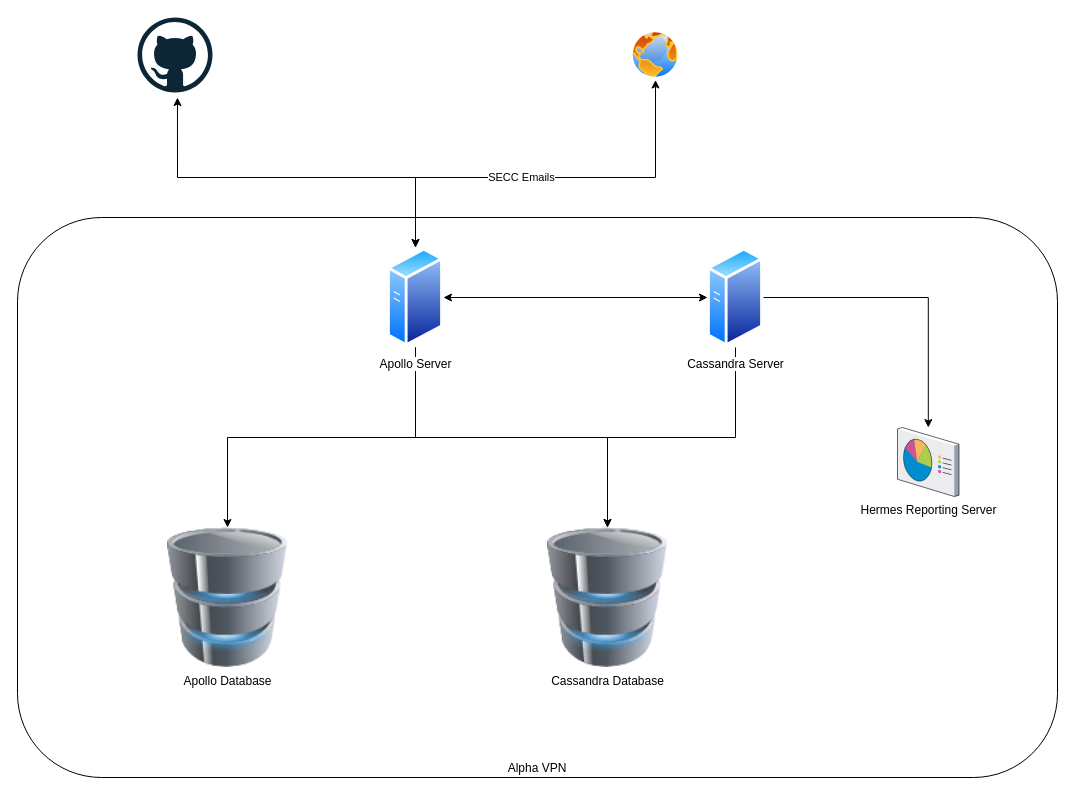
corndeladmin/DevOps-Unit-12-Workshop keeps this draw.io diagram as Scenarios/Alpha_Organisation/diagrams/ApolloCassandra.drawio. Above is the earlier version. Source tidied: cells renumbered, new cells numbered last; positions are measured from the earlier drawing's top-left corner, leaving out a move shared by most shapes. Both pictures are drawn from the tidied source at 100%, with x=0, y=0 at pixel (17, 17).
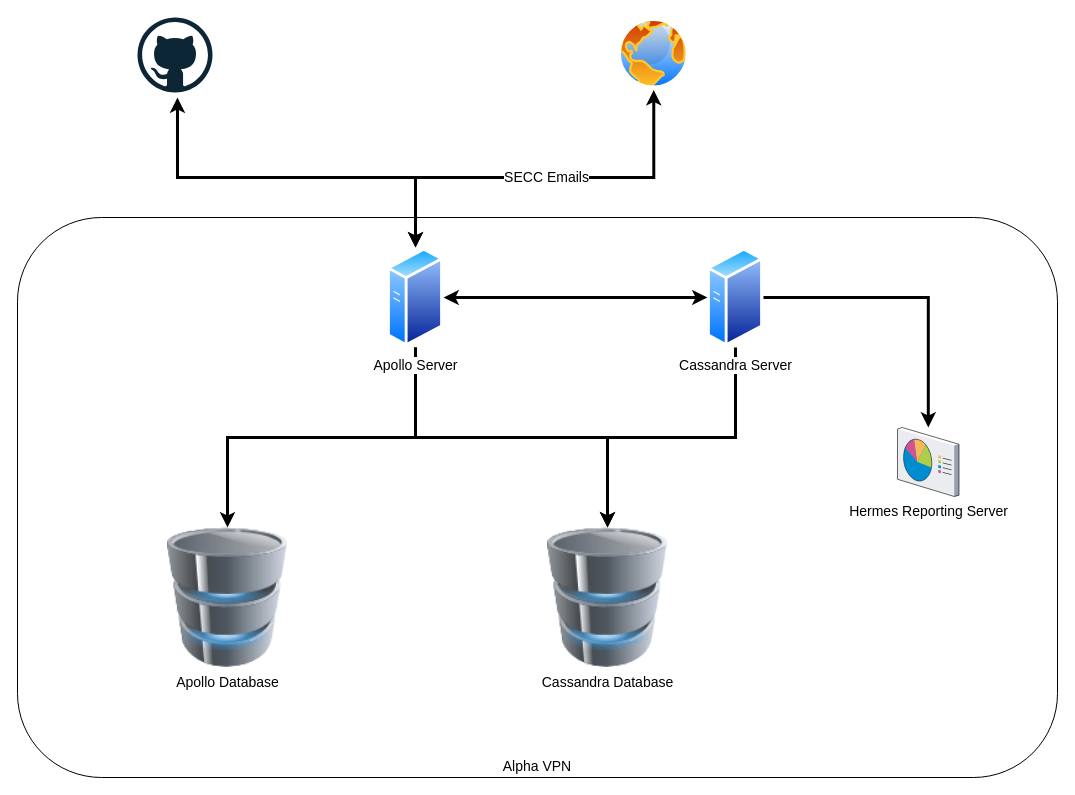
After the change.

The change refers to these unchanged cells:
```xml
<mxCell id="4" style="dashed=0;outlineConnect=0;html=1;align=center;labelPosition=center;verticalLabelPosition=bottom;verticalAlign=top;shape=mxgraph.weblogos.github;" parent="1" vertex="1">
  <mxGeometry x="120" width="75" height="75" as="geometry" />
</mxCell>
```

The edit, as a diff of the source:
```diff
@@
-    <mxCell id="2" value="Alpha VPN" style="rounded=1;whiteSpace=wrap;html=1;verticalAlign=bottom;" parent="1" vertex="1">
+    <mxCell id="2" value="Alpha VPN" style="rounded=1;whiteSpace=wrap;html=1;verticalAlign=bottom;fontSize=14;" parent="1" vertex="1">
       <mxGeometry y="200" width="1040" height="560" as="geometry" />
     </mxCell>
-    <mxCell id="3" value="Hermes Reporting Server" style="verticalLabelPosition=bottom;html=1;verticalAlign=top;strokeColor=none;align=center;outlineConnect=0;shape=mxgraph.citrix.reporting;" parent="1" vertex="1">
+    <mxCell id="3" value="Hermes Reporting Server" style="verticalLabelPosition=bottom;html=1;verticalAlign=top;strokeColor=none;align=center;outlineConnect=0;shape=mxgraph.citrix.reporting;fontSize=14;" parent="1" vertex="1">
       <mxGeometry x="880" y="410" width="61.5" height="69" as="geometry" />
     </mxCell>
@@
-    <mxCell id="5" value="Apollo Database" style="image;html=1;image=img/lib/clip_art/computers/Database_128x128.png;" parent="1" vertex="1">
+    <mxCell id="5" value="Apollo Database" style="image;html=1;image=img/lib/clip_art/computers/Database_128x128.png;fontSize=14;" parent="1" vertex="1">
       <mxGeometry x="150" y="510" width="120" height="140" as="geometry" />
     </mxCell>
-    <mxCell id="6" style="edgeStyle=orthogonalEdgeStyle;rounded=0;jettySize=auto;html=1;exitX=1;exitY=0.5;exitDx=0;exitDy=0;" parent="1" edge="1" source="14" target="3">
+    <mxCell id="6" style="edgeStyle=orthogonalEdgeStyle;rounded=0;jettySize=auto;html=1;exitX=1;exitY=0.5;exitDx=0;exitDy=0;strokeWidth=3;" parent="1" edge="1" source="14" target="3">
       <mxGeometry relative="1" as="geometry" />
     </mxCell>
-    <mxCell id="7" value="Cassandra Database" style="image;html=1;image=img/lib/clip_art/computers/Database_128x128.png;" parent="1" vertex="1">
+    <mxCell id="7" value="Cassandra Database" style="image;html=1;image=img/lib/clip_art/computers/Database_128x128.png;fontSize=14;" parent="1" vertex="1">
       <mxGeometry x="530" y="510" width="120" height="140" as="geometry" />
     </mxCell>
-    <mxCell id="8" style="edgeStyle=orthogonalEdgeStyle;rounded=0;jettySize=auto;html=1;exitX=0.5;exitY=1;exitDx=0;exitDy=0;entryX=0.5;entryY=0;entryDx=0;entryDy=0;" parent="1" edge="1" source="12" target="5">
+    <mxCell id="8" style="edgeStyle=orthogonalEdgeStyle;rounded=0;jettySize=auto;html=1;exitX=0.5;exitY=1;exitDx=0;exitDy=0;entryX=0.5;entryY=0;entryDx=0;entryDy=0;strokeWidth=3;" parent="1" edge="1" source="12" target="5">
       <mxGeometry relative="1" as="geometry" />
     </mxCell>
-    <mxCell id="9" style="edgeStyle=orthogonalEdgeStyle;rounded=0;jettySize=auto;html=1;exitX=0.5;exitY=1;exitDx=0;exitDy=0;" parent="1" edge="1" source="12" target="7">
+    <mxCell id="9" style="edgeStyle=orthogonalEdgeStyle;rounded=0;jettySize=auto;html=1;exitX=0.5;exitY=1;exitDx=0;exitDy=0;strokeWidth=3;" parent="1" edge="1" source="12" target="7">
       <mxGeometry relative="1" as="geometry" />
     </mxCell>
-    <mxCell id="10" style="edgeStyle=orthogonalEdgeStyle;rounded=0;jettySize=auto;html=1;exitX=1;exitY=0.5;exitDx=0;exitDy=0;entryX=0;entryY=0.5;entryDx=0;entryDy=0;startArrow=classic;startFill=1;" parent="1" edge="1" source="12" target="14">
+    <mxCell id="10" style="edgeStyle=orthogonalEdgeStyle;rounded=0;jettySize=auto;html=1;exitX=1;exitY=0.5;exitDx=0;exitDy=0;entryX=0;entryY=0.5;entryDx=0;entryDy=0;startArrow=classic;startFill=1;strokeWidth=3;" parent="1" edge="1" source="12" target="14">
       <mxGeometry relative="1" as="geometry" />
     </mxCell>
-    <mxCell id="11" style="edgeStyle=orthogonalEdgeStyle;rounded=0;jettySize=auto;html=1;exitX=0.5;exitY=0;exitDx=0;exitDy=0;startArrow=classic;startFill=1;entryX=0.533;entryY=1.067;entryDx=0;entryDy=0;entryPerimeter=0;" parent="1" edge="1" source="12" target="4">
+    <mxCell id="11" style="edgeStyle=orthogonalEdgeStyle;rounded=0;jettySize=auto;html=1;exitX=0.5;exitY=0;exitDx=0;exitDy=0;startArrow=classic;startFill=1;entryX=0.533;entryY=1.067;entryDx=0;entryDy=0;entryPerimeter=0;strokeWidth=3;" parent="1" edge="1" source="12" target="4">
       <mxGeometry relative="1" as="geometry">
         <Array as="points">
           <mxPoint x="398" y="160" />
           <mxPoint x="160" y="160" />
           <mxPoint x="160" y="80" />
         </Array>
       </mxGeometry>
     </mxCell>
-    <mxCell id="12" value="Apollo Server" style="perimeter=ellipsePerimeter;html=1;align=center;shadow=0;dashed=0;spacingTop=3;image;image=img/lib/active_directory/generic_server.svg;" parent="1" vertex="1">
+    <mxCell id="12" value="Apollo Server" style="perimeter=ellipsePerimeter;html=1;align=center;shadow=0;dashed=0;spacingTop=3;image;image=img/lib/active_directory/generic_server.svg;fontSize=14;" parent="1" vertex="1">
       <mxGeometry x="370" y="230" width="56" height="100" as="geometry" />
     </mxCell>
-    <mxCell id="13" style="edgeStyle=orthogonalEdgeStyle;rounded=0;jettySize=auto;html=1;exitX=0.5;exitY=1;exitDx=0;exitDy=0;entryX=0.5;entryY=0;entryDx=0;entryDy=0;startArrow=none;startFill=0;" parent="1" edge="1" source="14" target="7">
+    <mxCell id="13" style="edgeStyle=orthogonalEdgeStyle;rounded=0;jettySize=auto;html=1;exitX=0.5;exitY=1;exitDx=0;exitDy=0;entryX=0.5;entryY=0;entryDx=0;entryDy=0;startArrow=none;startFill=0;strokeWidth=3;" parent="1" edge="1" source="14" target="7">
       <mxGeometry relative="1" as="geometry" />
     </mxCell>
-    <mxCell id="14" value="Cassandra Server" style="perimeter=ellipsePerimeter;html=1;align=center;shadow=0;dashed=0;spacingTop=3;image;image=img/lib/active_directory/generic_server.svg;" parent="1" vertex="1">
+    <mxCell id="14" value="Cassandra Server" style="perimeter=ellipsePerimeter;html=1;align=center;shadow=0;dashed=0;spacingTop=3;image;image=img/lib/active_directory/generic_server.svg;fontSize=14;" parent="1" vertex="1">
       <mxGeometry x="690" y="230" width="56" height="100" as="geometry" />
     </mxCell>
-    <mxCell id="15" style="edgeStyle=orthogonalEdgeStyle;rounded=0;jettySize=auto;html=1;exitX=0.5;exitY=1;exitDx=0;exitDy=0;entryX=0.5;entryY=0;entryDx=0;entryDy=0;startArrow=classic;startFill=1;" parent="1" edge="1" source="17" target="12">
+    <mxCell id="15" style="edgeStyle=orthogonalEdgeStyle;rounded=0;jettySize=auto;html=1;strokeWidth=3;startArrow=classic;startFill=1;" parent="1" edge="1" source="17" target="12">
       <mxGeometry relative="1" as="geometry">
         <Array as="points">
-          <mxPoint x="638" y="160" />
+          <mxPoint x="636" y="160" />
           <mxPoint x="398" y="160" />
         </Array>
       </mxGeometry>
     </mxCell>
-    <mxCell id="16" value="SECC Emails" style="edgeLabel;html=1;align=center;verticalAlign=middle;" parent="15" vertex="1">
-      <mxGeometry x="0.14" y="-1" relative="1" as="geometry" />
+    <mxCell id="16" value="SECC Emails" style="edgeLabel;html=1;align=center;verticalAlign=middle;fontSize=14;" parent="15" vertex="1">
+      <mxGeometry x="-0.32" y="-1" relative="1" as="geometry">
+        <mxPoint x="-60" as="offset" />
+      </mxGeometry>
     </mxCell>
     <mxCell id="17" style="perimeter=ellipsePerimeter;html=1;align=center;shadow=0;dashed=0;spacingTop=3;image;image=img/lib/active_directory/internet_globe.svg;" parent="1" vertex="1">
-      <mxGeometry x="613" y="12.5" width="50" height="50" as="geometry" />
+      <mxGeometry x="600" width="72.5" height="72.5" as="geometry" />
     </mxCell>
```
